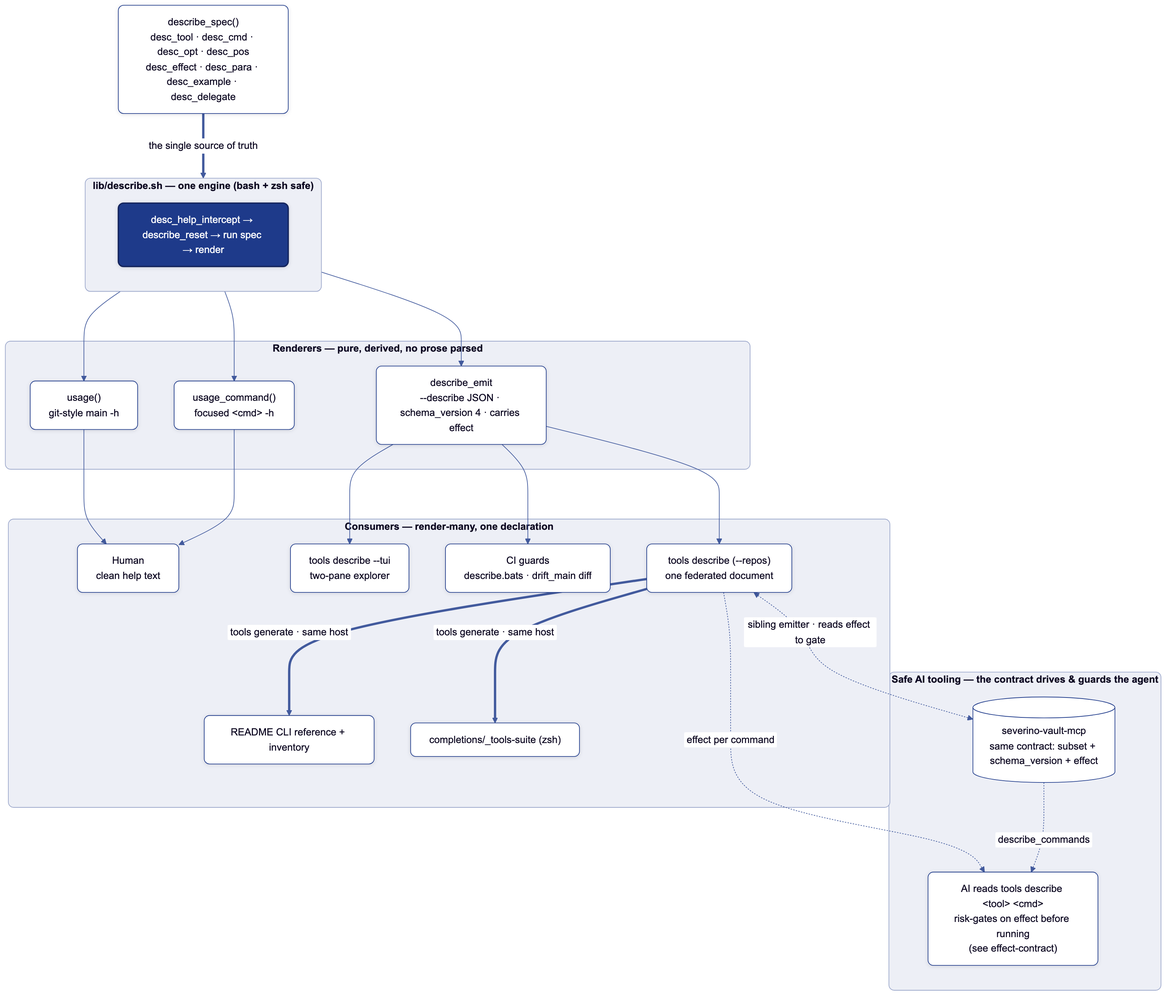
Before: docs/diagrams/describe-pipeline.png, a diagram exported from Mermaid (joeseverino/tools). Its source is kept beside it as docs/diagrams/describe-pipeline.mmd.
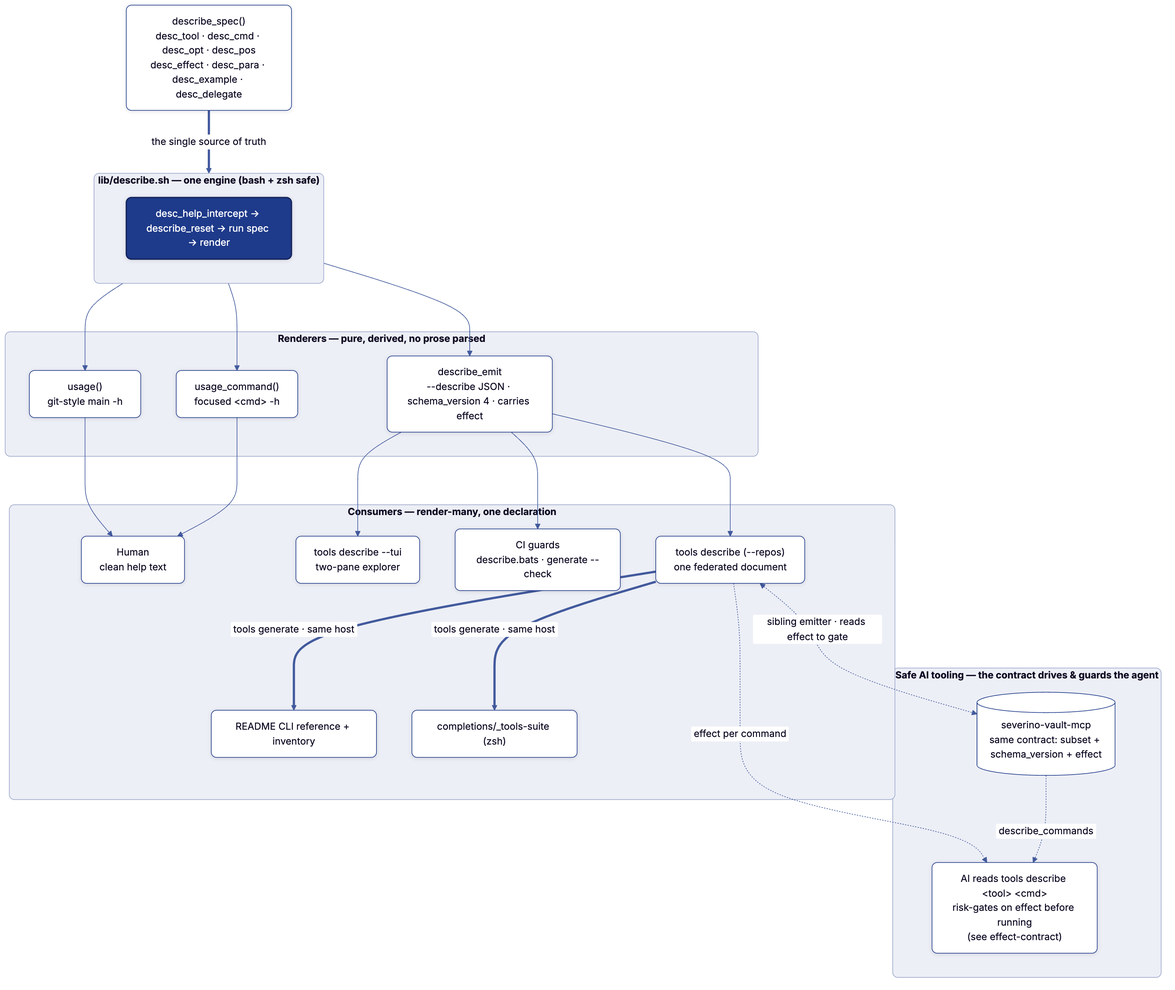
The same diagram one commit later.

Change to the diagram source:
```diff
@@ -19,7 +19,7 @@
     subgraph consumers["Consumers — render-many, one declaration"]
         human["Human<br/>clean help text"]
         tui["tools describe --tui<br/>two-pane explorer"]
-        guards["CI guards<br/>describe.bats · drift_main diff"]
+        guards["CI guards<br/>describe.bats · generate --check"]
         readme["README CLI reference + inventory"]
         comp["completions/_tools-suite (zsh)"]
         fed["tools describe (--repos)<br/>one federated document"]
```
